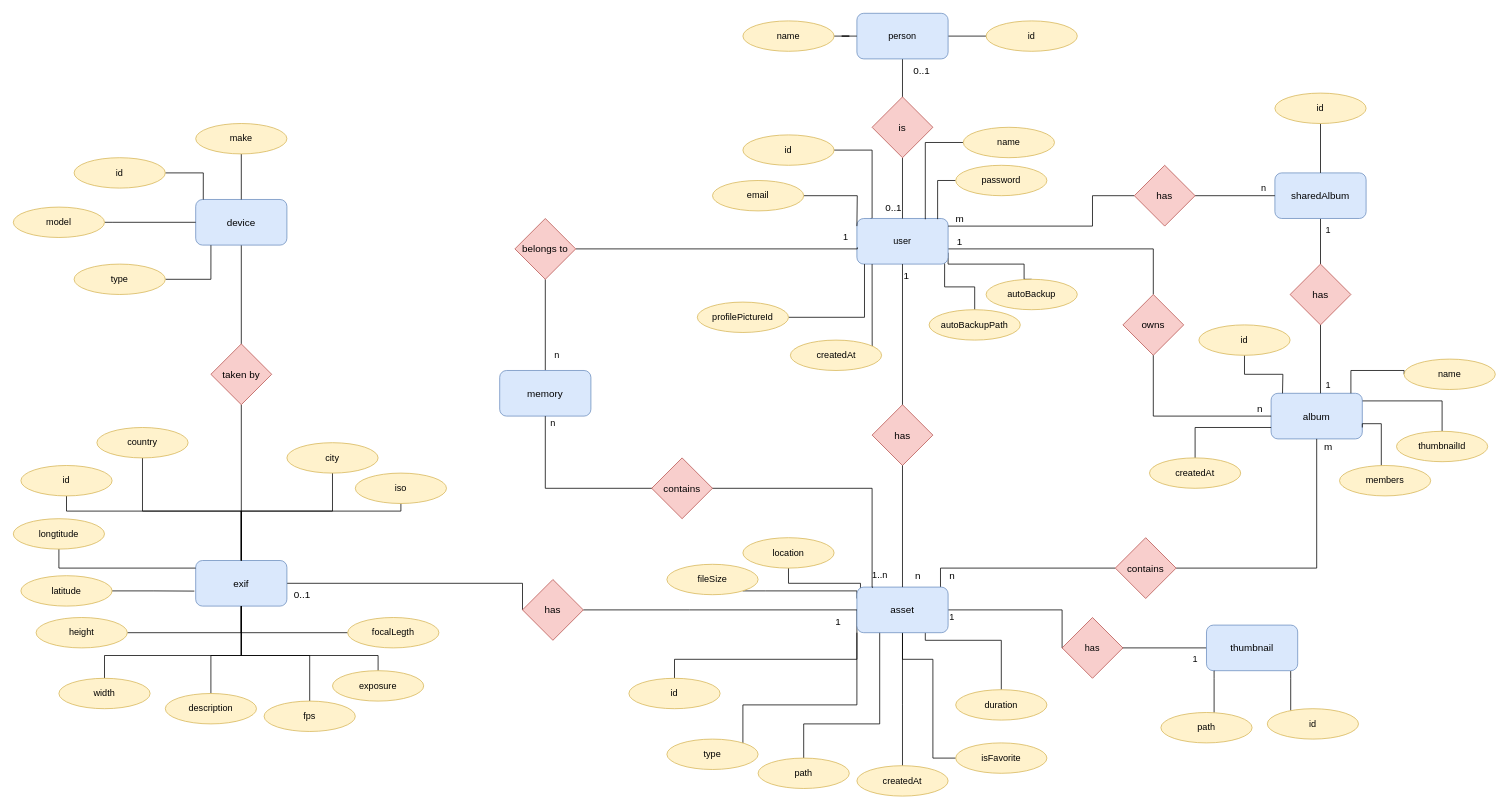
The draw.io diagram db.drawio in toniker/db, before the edit. Source tidied: cells renumbered, new cells numbered last; positions are measured from the earlier drawing's top-left corner, leaving out a move shared by most shapes. Both pictures are drawn from the tidied source at 76%, with x=0, y=0 at pixel (13, 13).
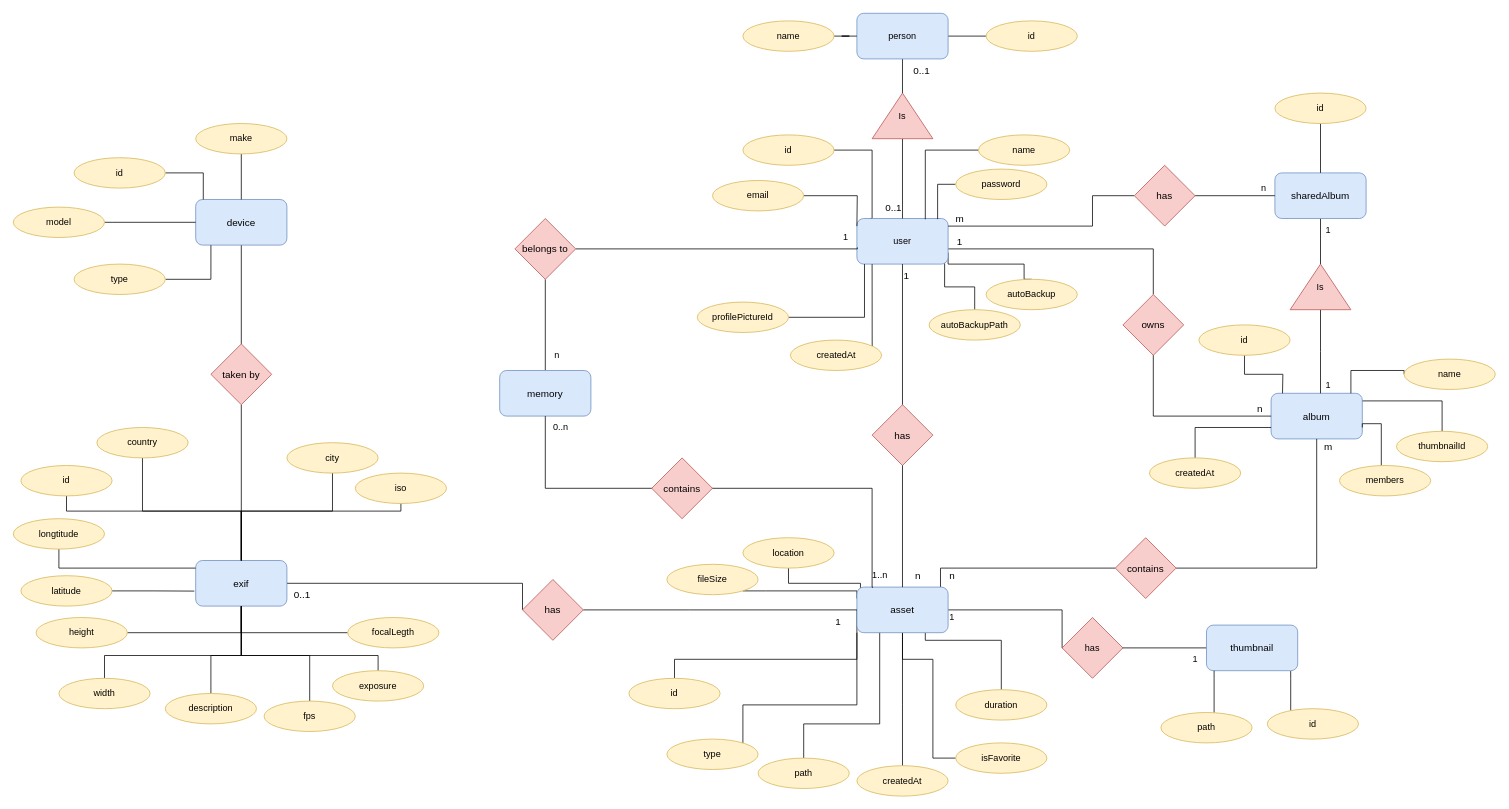
The same diagram, later.

The change refers to these unchanged cells:
```xml
<mxCell id="6" value="user" style="rounded=1;whiteSpace=wrap;html=1;fillColor=#dae8fc;strokeColor=#6c8ebf;" parent="1" vertex="1">
  <mxGeometry x="1110" y="270" width="120" height="60" as="geometry" />
</mxCell>
<mxCell id="67" value="person&lt;br&gt;" style="rounded=1;whiteSpace=wrap;html=1;fillColor=#dae8fc;strokeColor=#6c8ebf;" parent="1" vertex="1">
  <mxGeometry x="1110" width="120" height="60" as="geometry" />
</mxCell>
<mxCell id="135" value="sharedAlbum" style="rounded=1;whiteSpace=wrap;html=1;fontSize=13;fillColor=#dae8fc;strokeColor=#6c8ebf;" parent="1" vertex="1">
  <mxGeometry x="1660" y="210" width="120" height="60" as="geometry" />
</mxCell>
```

The edit, as a diff of the source:
```diff
@@
     <mxCell id="9" style="edgeStyle=orthogonalEdgeStyle;rounded=0;jettySize=auto;html=1;strokeColor=default;fontSize=13;endArrow=none;endFill=0;" parent="1" edge="1" source="10">
       <mxGeometry relative="1" as="geometry">
         <mxPoint x="1200" y="271" as="targetPoint" />
         <Array as="points">
-          <mxPoint x="1200" y="170" />
-          <mxPoint x="1200" y="271" />
+          <mxPoint x="1200" y="180" />
         </Array>
       </mxGeometry>
     </mxCell>
     <mxCell id="10" value="name" style="ellipse;whiteSpace=wrap;html=1;fillColor=#fff2cc;strokeColor=#d6b656;" parent="1" vertex="1">
-      <mxGeometry x="1250" y="150" width="120" height="40" as="geometry" />
+      <mxGeometry x="1270" y="160" width="120" height="40" as="geometry" />
     </mxCell>
@@
     <mxCell id="12" value="password" style="ellipse;whiteSpace=wrap;html=1;fillColor=#fff2cc;strokeColor=#d6b656;" parent="1" vertex="1">
-      <mxGeometry x="1240" y="200" width="120" height="40" as="geometry" />
+      <mxGeometry x="1240" y="205" width="120" height="40" as="geometry" />
     </mxCell>
@@
-    <mxCell id="65" style="edgeStyle=orthogonalEdgeStyle;rounded=0;jettySize=auto;html=1;entryX=0.5;entryY=0;entryDx=0;entryDy=0;strokeColor=default;fontSize=13;endArrow=none;endFill=0;" parent="1" edge="1" source="67" target="72">
+    <mxCell id="65" style="edgeStyle=orthogonalEdgeStyle;rounded=0;jettySize=auto;html=1;entryX=1;entryY=0.5;entryDx=0;entryDy=0;strokeColor=default;fontSize=13;endArrow=none;endFill=0;" parent="1" edge="1" source="67" target="147">
       <mxGeometry relative="1" as="geometry" />
     </mxCell>
@@
-    <mxCell id="71" style="edgeStyle=orthogonalEdgeStyle;rounded=0;jettySize=auto;html=1;strokeColor=default;fontSize=13;endArrow=none;endFill=0;" parent="1" edge="1" source="72" target="6">
+    <mxCell id="71" style="edgeStyle=orthogonalEdgeStyle;rounded=0;jettySize=auto;html=1;strokeColor=default;fontSize=13;endArrow=none;endFill=0;exitX=0;exitY=0.5;exitDx=0;exitDy=0;" parent="1" edge="1" source="147" target="6">
       <mxGeometry relative="1" as="geometry" />
     </mxCell>
-    <mxCell id="72" value="is" style="rhombus;whiteSpace=wrap;html=1;fontSize=13;fillColor=#f8cecc;strokeColor=#b85450;" parent="1" vertex="1">
-      <mxGeometry x="1130" y="110" width="80" height="80" as="geometry" />
-    </mxCell>
@@
-    <mxCell id="132" value="n" style="text;html=1;align=center;verticalAlign=middle;strokeColor=none;fillColor=none;" parent="1" vertex="1">
-      <mxGeometry x="695" y="525" width="30" height="30" as="geometry" />
+    <mxCell id="132" value="0..n" style="text;html=1;align=center;verticalAlign=middle;strokeColor=none;fillColor=none;" parent="1" vertex="1">
+      <mxGeometry x="700" y="530" width="40" height="30" as="geometry" />
     </mxCell>
@@
-    <mxCell id="134" style="edgeStyle=orthogonalEdgeStyle;rounded=0;jettySize=auto;html=1;entryX=0.5;entryY=0;entryDx=0;entryDy=0;strokeColor=default;strokeWidth=1;endArrow=none;endFill=0;" parent="1" edge="1" source="135" target="140">
+    <mxCell id="134" style="edgeStyle=orthogonalEdgeStyle;rounded=0;jettySize=auto;html=1;entryX=1;entryY=0.5;entryDx=0;entryDy=0;strokeColor=default;strokeWidth=1;endArrow=none;endFill=0;" parent="1" edge="1" source="135" target="148">
       <mxGeometry relative="1" as="geometry" />
     </mxCell>
@@
-    <mxCell id="139" style="edgeStyle=orthogonalEdgeStyle;rounded=0;jettySize=auto;html=1;strokeColor=default;strokeWidth=1;endArrow=none;endFill=0;" parent="1" edge="1" source="140">
+    <mxCell id="139" style="edgeStyle=orthogonalEdgeStyle;rounded=0;jettySize=auto;html=1;strokeColor=default;strokeWidth=1;endArrow=none;endFill=0;exitX=0;exitY=0.5;exitDx=0;exitDy=0;" parent="1" edge="1" source="148">
       <mxGeometry relative="1" as="geometry">
         <mxPoint x="1720" y="500" as="targetPoint" />
-        <Array as="points">
-          <mxPoint x="1720" y="500" />
-        </Array>
       </mxGeometry>
     </mxCell>
-    <mxCell id="140" value="has" style="rhombus;whiteSpace=wrap;html=1;fontSize=13;fillColor=#f8cecc;strokeColor=#b85450;" parent="1" vertex="1">
-      <mxGeometry x="1680" y="330" width="80" height="80" as="geometry" />
-    </mxCell>
@@
+    <mxCell id="147" value="Is" style="triangle;whiteSpace=wrap;html=1;direction=north;fillColor=#f8cecc;strokeColor=#b85450;" parent="1" vertex="1">
+      <mxGeometry x="1130" y="105" width="80" height="60" as="geometry" />
+    </mxCell>
+    <mxCell id="148" value="Is" style="triangle;whiteSpace=wrap;html=1;direction=north;fillColor=#f8cecc;strokeColor=#b85450;" parent="1" vertex="1">
+      <mxGeometry x="1680" y="330" width="80" height="60" as="geometry" />
+    </mxCell>
```
